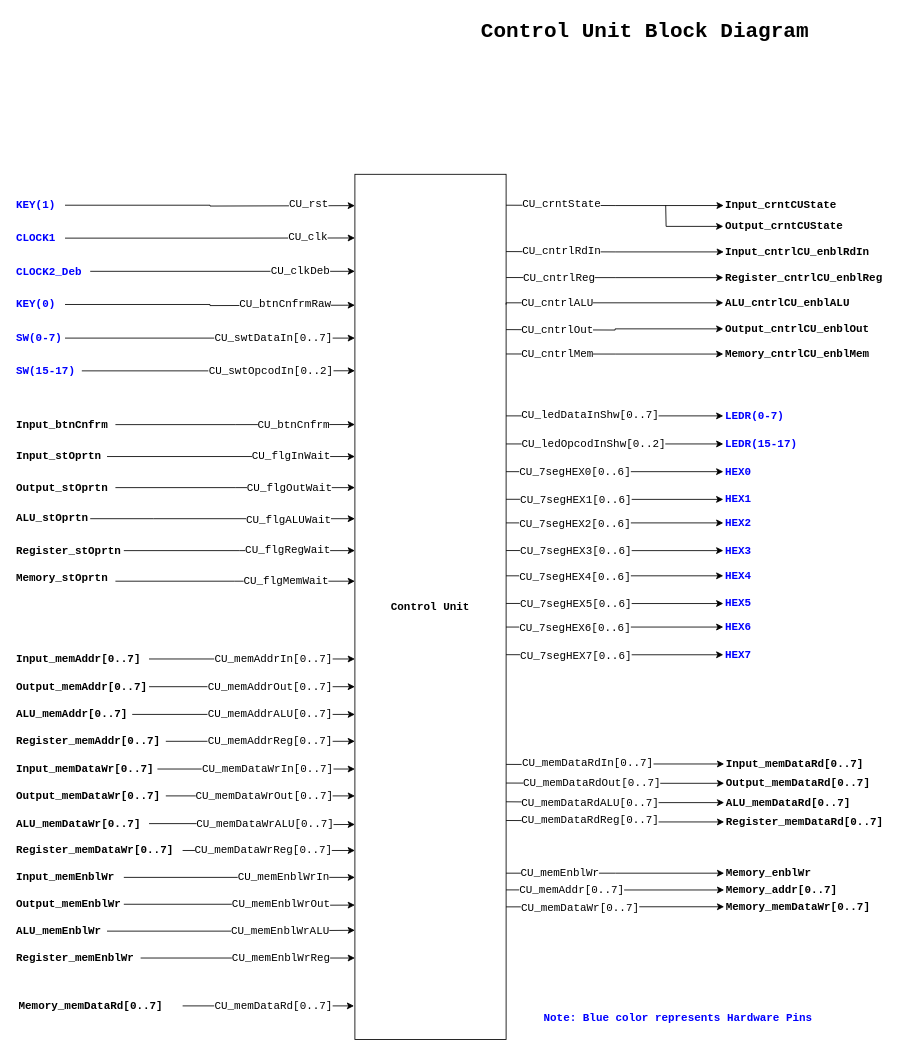
This is page "CU_BD (top)" (3 of 9) of 06_CPU_v2/CPU_Design.drawio from Vichu95/Basic_CPU_FPGA, a draw.io file, before an edit. Source tidied: cells renumbered, new cells numbered last; positions are measured from the earlier drawing's top-left corner, leaving out a move shared by most shapes. Both pictures are drawn from the tidied source at 84%, with x=0, y=0 at pixel (14, 14).
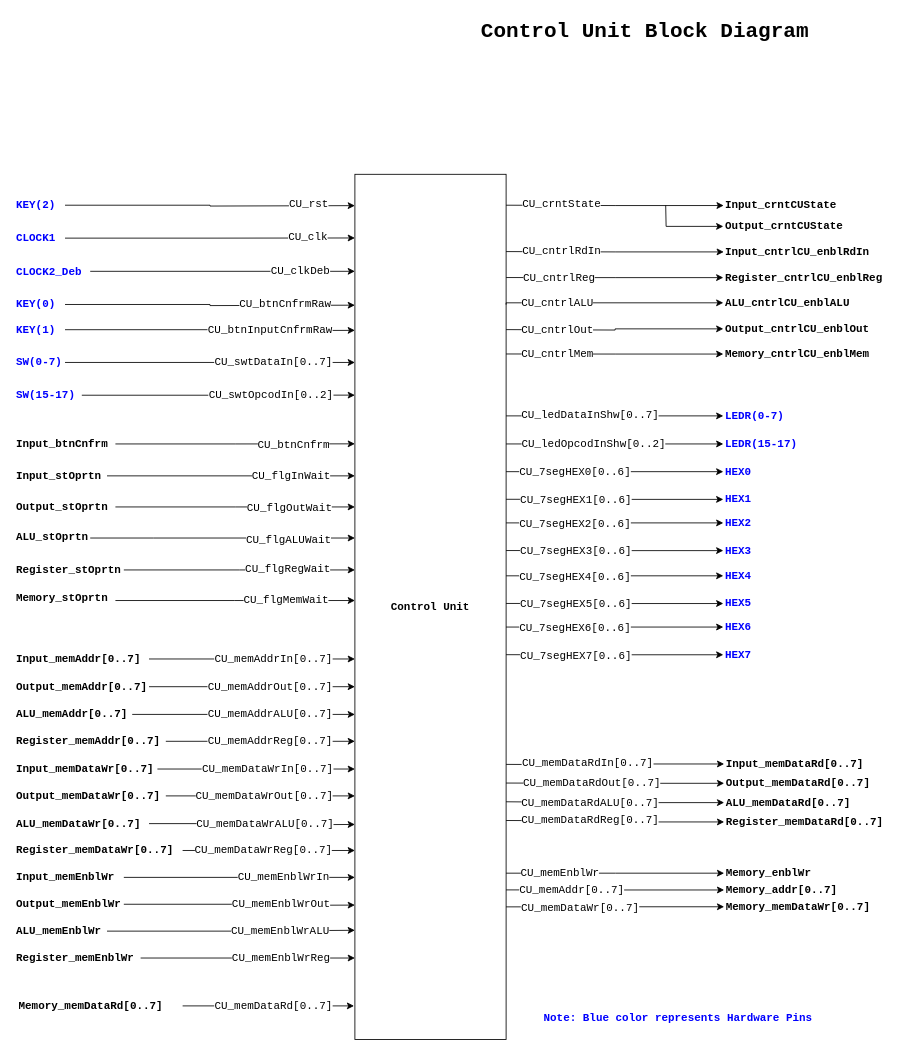
After the change.

The edit, as a diff of the source:
```diff
@@
-    <mxCell id="9" value="KEY(1)" style="text;html=1;align=left;verticalAlign=middle;points=[];strokeColor=none;fillColor=none;fontStyle=1;labelBackgroundColor=none;fontColor=#0000FF;fontSize=13;fontFamily=Courier New;spacing=2;spacingRight=-13;fixDash=1;" parent="1" vertex="1">
+    <mxCell id="9" value="KEY(2)" style="text;html=1;align=left;verticalAlign=middle;points=[];strokeColor=none;fillColor=none;fontStyle=1;labelBackgroundColor=none;fontColor=#0000FF;fontSize=13;fontFamily=Courier New;spacing=2;spacingRight=-13;fixDash=1;" parent="1" vertex="1">
       <mxGeometry x="-0.1" y="211.8" width="60" height="30" as="geometry" />
     </mxCell>
     <mxCell id="10" style="edgeStyle=orthogonalEdgeStyle;rounded=0;jettySize=auto;html=1;fontFamily=Courier New;fontSize=13;fontColor=#000000;fixDash=1;" parent="1" edge="1" source="12">
       <mxGeometry relative="1" as="geometry">
-        <mxPoint x="405" y="385" as="targetPoint" />
+        <mxPoint x="405" y="414" as="targetPoint" />
       </mxGeometry>
     </mxCell>
@@
     <mxCell id="12" value="SW(0-7)" style="text;html=1;align=left;verticalAlign=middle;points=[];strokeColor=none;fillColor=none;fontStyle=1;labelBackgroundColor=none;fontColor=#0000FF;fontSize=13;fontFamily=Courier New;spacing=2;spacingRight=-13;fixDash=1;" parent="1" vertex="1">
-      <mxGeometry x="-0.1" y="370" width="60" height="30" as="geometry" />
+      <mxGeometry x="-0.1" y="399" width="60" height="30" as="geometry" />
     </mxCell>
     <mxCell id="13" style="edgeStyle=orthogonalEdgeStyle;rounded=0;jettySize=auto;html=1;entryX=0;entryY=0.33;entryDx=0;entryDy=0;entryPerimeter=0;fontFamily=Courier New;fontSize=13;fontColor=#000000;fixDash=1;" parent="1" edge="1" source="15">
       <mxGeometry relative="1" as="geometry">
-        <mxPoint x="405" y="423.9" as="targetPoint" />
+        <mxPoint x="405" y="452.9" as="targetPoint" />
       </mxGeometry>
     </mxCell>
@@
     <mxCell id="15" value="SW(15-17)" style="text;html=1;align=left;verticalAlign=middle;points=[];strokeColor=none;fillColor=none;fontStyle=1;labelBackgroundColor=none;fontColor=#0000FF;fontSize=13;fontFamily=Courier New;spacing=2;spacingRight=-13;fixDash=1;" parent="1" vertex="1">
-      <mxGeometry x="-0.1" y="409" width="80" height="30" as="geometry" />
+      <mxGeometry x="-0.1" y="438" width="80" height="30" as="geometry" />
     </mxCell>
@@
     <mxCell id="31" style="edgeStyle=orthogonalEdgeStyle;rounded=0;jettySize=auto;html=1;entryX=-0.014;entryY=0.395;entryDx=0;entryDy=0;entryPerimeter=0;fontFamily=Courier New;fontSize=13;fontColor=#000000;startArrow=none;startFill=0;endArrow=classic;endFill=1;fixDash=1;" parent="1" edge="1" source="33">
       <mxGeometry relative="1" as="geometry">
-        <mxPoint x="405" y="487.9" as="targetPoint" />
+        <mxPoint x="405" y="510.9" as="targetPoint" />
       </mxGeometry>
     </mxCell>
@@
     <mxCell id="33" value="&lt;font color=&quot;#000000&quot;&gt;Input_btnCnfrm&lt;/font&gt;" style="text;html=1;align=left;verticalAlign=middle;points=[];strokeColor=none;fillColor=none;fontStyle=1;labelBackgroundColor=none;fontColor=#0000FF;fontSize=13;fontFamily=Courier New;spacing=2;spacingRight=-13;fixDash=1;" parent="1" vertex="1">
-      <mxGeometry x="-0.1" y="473" width="120" height="30" as="geometry" />
+      <mxGeometry x="-0.1" y="496" width="120" height="30" as="geometry" />
     </mxCell>
     <mxCell id="34" style="edgeStyle=orthogonalEdgeStyle;rounded=0;jettySize=auto;html=1;fontFamily=Courier New;fontSize=13;fontColor=#000000;startArrow=none;startFill=0;endArrow=classic;endFill=1;fixDash=1;" parent="1" edge="1" source="36">
       <mxGeometry relative="1" as="geometry">
-        <mxPoint x="405" y="526" as="targetPoint" />
+        <mxPoint x="405" y="549" as="targetPoint" />
       </mxGeometry>
     </mxCell>
@@
     <mxCell id="36" value="Input_stOprtn" style="text;html=1;align=left;verticalAlign=middle;points=[];strokeColor=none;fillColor=none;fontStyle=1;labelBackgroundColor=none;fontColor=#000000;fontSize=13;fontFamily=Courier New;spacing=2;spacingRight=-13;fixDash=1;" parent="1" vertex="1">
-      <mxGeometry x="-0.1" y="511" width="110" height="30" as="geometry" />
+      <mxGeometry x="-0.1" y="534" width="110" height="30" as="geometry" />
     </mxCell>
     <mxCell id="37" style="edgeStyle=orthogonalEdgeStyle;rounded=0;jettySize=auto;html=1;fontFamily=Courier New;fontSize=13;fontColor=#000000;startArrow=none;startFill=0;endArrow=classic;endFill=1;fixDash=1;" parent="1" edge="1" source="39">
       <mxGeometry relative="1" as="geometry">
-        <mxPoint x="405" y="563" as="targetPoint" />
+        <mxPoint x="405" y="586" as="targetPoint" />
       </mxGeometry>
     </mxCell>
@@
     <mxCell id="39" value="Output_stOprtn" style="text;html=1;align=left;verticalAlign=middle;points=[];strokeColor=none;fillColor=none;fontStyle=1;labelBackgroundColor=none;fontColor=#000000;fontSize=13;fontFamily=Courier New;spacing=2;spacingRight=-13;fixDash=1;" parent="1" vertex="1">
-      <mxGeometry x="-0.1" y="548" width="120" height="30" as="geometry" />
+      <mxGeometry x="-0.1" y="571" width="120" height="30" as="geometry" />
     </mxCell>
     <mxCell id="40" style="edgeStyle=orthogonalEdgeStyle;rounded=0;jettySize=auto;html=1;fontFamily=Courier New;fontSize=13;fontColor=#000000;startArrow=none;startFill=0;endArrow=classic;endFill=1;fixDash=1;" parent="1" edge="1" source="42">
       <mxGeometry relative="1" as="geometry">
-        <mxPoint x="405" y="600" as="targetPoint" />
+        <mxPoint x="405" y="623" as="targetPoint" />
         <Array as="points">
-          <mxPoint x="165" y="600" />
-          <mxPoint x="165" y="600" />
+          <mxPoint x="165" y="623" />
+          <mxPoint x="165" y="623" />
         </Array>
       </mxGeometry>
     </mxCell>
@@
     <mxCell id="42" value="ALU_stOprtn" style="text;html=1;align=left;verticalAlign=middle;points=[];strokeColor=none;fillColor=none;fontStyle=1;labelBackgroundColor=none;fontColor=#000000;fontSize=13;fontFamily=Courier New;spacing=2;spacingRight=-13;fixDash=1;" parent="1" vertex="1">
-      <mxGeometry x="-0.1" y="584" width="90" height="30" as="geometry" />
+      <mxGeometry x="-0.1" y="607" width="90" height="30" as="geometry" />
     </mxCell>
     <mxCell id="43" style="edgeStyle=orthogonalEdgeStyle;rounded=0;jettySize=auto;html=1;fontFamily=Courier New;fontSize=13;fontColor=#000000;startArrow=none;startFill=0;endArrow=classic;endFill=1;fixDash=1;" parent="1" edge="1" source="45">
       <mxGeometry relative="1" as="geometry">
-        <mxPoint x="405" y="638" as="targetPoint" />
+        <mxPoint x="405" y="661" as="targetPoint" />
       </mxGeometry>
     </mxCell>
@@
     <mxCell id="45" value="Register_stOprtn" style="text;html=1;align=left;verticalAlign=middle;points=[];strokeColor=none;fillColor=none;fontStyle=1;labelBackgroundColor=none;fontColor=#000000;fontSize=13;fontFamily=Courier New;spacing=2;spacingRight=-13;fixDash=1;" parent="1" vertex="1">
-      <mxGeometry x="-0.1" y="623" width="130" height="30" as="geometry" />
+      <mxGeometry x="-0.1" y="646" width="130" height="30" as="geometry" />
     </mxCell>
@@
     <mxCell id="122" style="edgeStyle=orthogonalEdgeStyle;rounded=0;jettySize=auto;html=1;entryX=-0.014;entryY=0.707;entryDx=0;entryDy=0;entryPerimeter=0;fontFamily=Courier New;fontSize=13;fontColor=#000000;startArrow=none;startFill=0;endArrow=classic;endFill=1;fixDash=1;" parent="1" edge="1" source="124">
       <mxGeometry relative="1" as="geometry">
-        <mxPoint x="405" y="674.4" as="targetPoint" />
+        <mxPoint x="405" y="697.4" as="targetPoint" />
         <Array as="points">
-          <mxPoint x="262" y="674" />
+          <mxPoint x="262" y="697" />
         </Array>
       </mxGeometry>
     </mxCell>
@@
     <mxCell id="124" value="Memory_stOprtn" style="text;html=1;align=left;verticalAlign=middle;points=[];strokeColor=none;fillColor=none;fontStyle=1;labelBackgroundColor=none;fontColor=#000000;fontSize=13;fontFamily=Courier New;spacing=2;spacingRight=-13;fixDash=1;" parent="1" vertex="1">
-      <mxGeometry x="-0.1" y="656" width="120" height="30" as="geometry" />
+      <mxGeometry x="-0.1" y="679" width="120" height="30" as="geometry" />
     </mxCell>
@@
+    <mxCell id="151" style="edgeStyle=orthogonalEdgeStyle;rounded=0;jettySize=auto;html=1;entryX=0;entryY=0.206;entryDx=0;entryDy=0;entryPerimeter=0;fontFamily=Courier New;fontSize=13;fontColor=#000000;fixDash=1;" parent="1" edge="1" source="153">
+      <mxGeometry relative="1" as="geometry">
+        <mxPoint x="405" y="375.8" as="targetPoint" />
+      </mxGeometry>
+    </mxCell>
+    <mxCell id="152" value="CU_btnInputCnfrmRaw" style="edgeLabel;html=1;align=center;verticalAlign=middle;fontSize=13;fontFamily=Courier New;fontColor=#000000;fixDash=1;" parent="151" vertex="1">
+      <mxGeometry x="0.73" y="-3" relative="1" as="geometry">
+        <mxPoint x="-55" y="-4" as="offset" />
+      </mxGeometry>
+    </mxCell>
+    <mxCell id="153" value="KEY(1)" style="text;html=1;align=left;verticalAlign=middle;points=[];strokeColor=none;fillColor=none;fontStyle=1;labelBackgroundColor=none;fontColor=#0000FF;fontSize=13;fontFamily=Courier New;spacing=2;spacingRight=-13;fixDash=1;" parent="1" vertex="1">
+      <mxGeometry x="-0.1" y="360" width="60" height="30" as="geometry" />
+    </mxCell>
```
